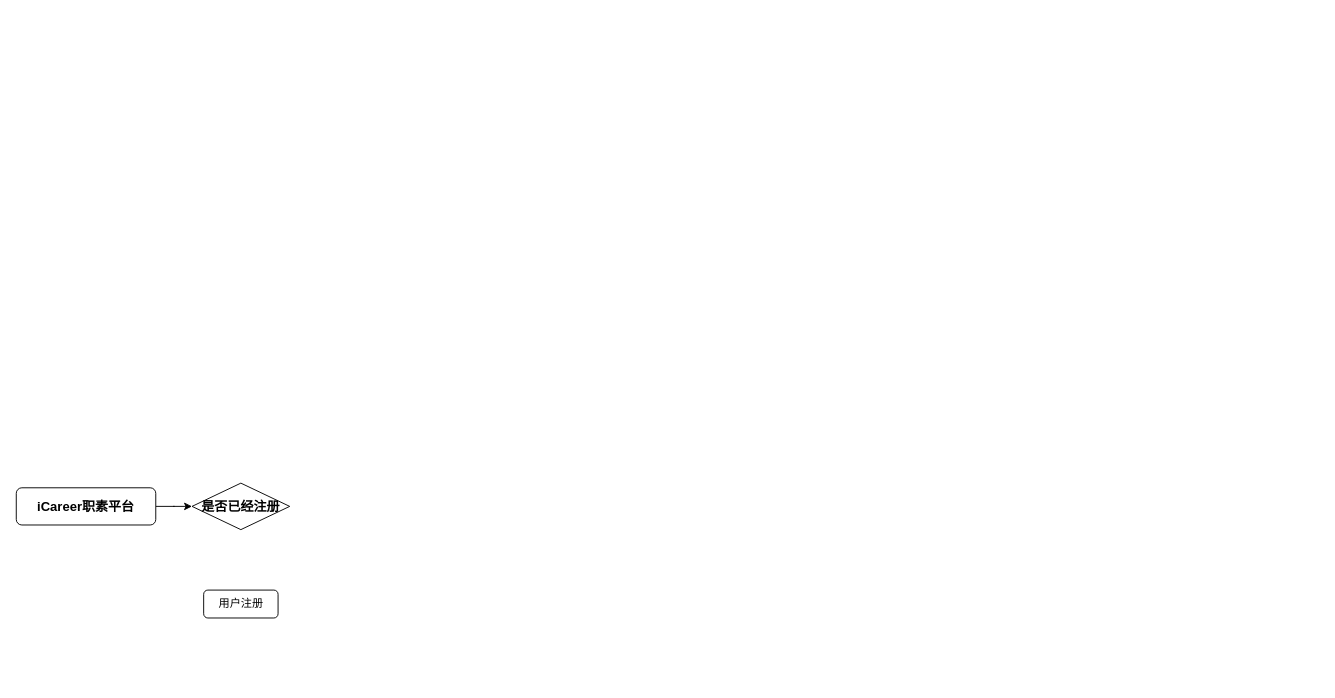
FlowerSea-Lu/iCareer keeps this draw.io diagram as img/用户执行流程图.drawio. Above is the earlier version. Source tidied: cells renumbered, new cells numbered last; positions are measured from the earlier drawing's top-left corner, leaving out a move shared by most shapes. Both pictures are drawn from the tidied source at 93%, with x=0, y=0 at pixel (16, 483).
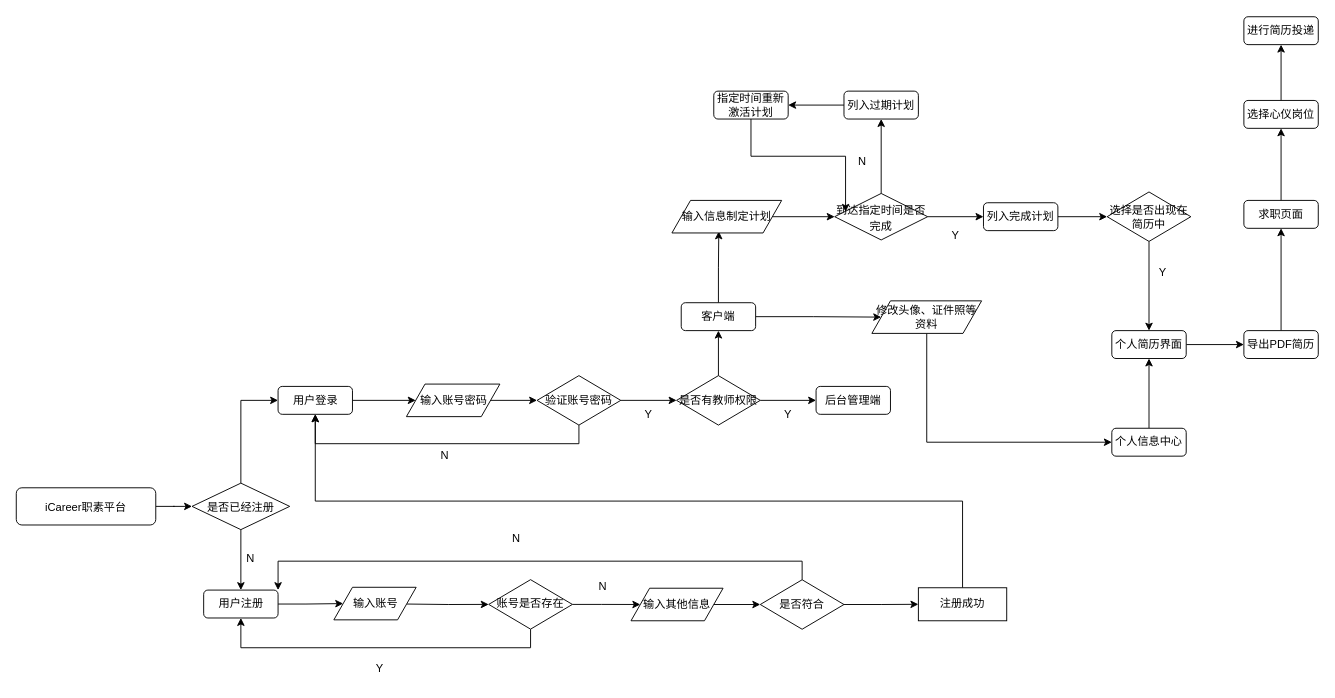
The same page after the edit.

Commit message (it also covers changes not shown here):
更新用户执行流程图.drawio

Unchanged cells that the change refers to:
```xml
<mxCell id="5" value="用户注册" style="rounded=1;whiteSpace=wrap;html=1;" parent="1" vertex="1">
  <mxGeometry x="201.5" y="115" width="80" height="30" as="geometry" />
</mxCell>
```

The edit, as a diff of the source:
```diff
@@
-    <mxCell id="3" value="iCareer职素平台" style="rounded=1;whiteSpace=wrap;html=1;fontStyle=1;fontSize=14;" parent="1" vertex="1">
+    <mxCell id="3" value="&lt;font style=&quot;font-size: 12px; font-weight: normal;&quot;&gt;iCareer职素平台&lt;/font&gt;" style="rounded=1;whiteSpace=wrap;html=1;fontStyle=1;fontSize=14;" parent="1" vertex="1">
       <mxGeometry y="5" width="150" height="40" as="geometry" />
     </mxCell>
+    <mxCell id="6" style="edgeStyle=orthogonalEdgeStyle;rounded=0;jettySize=auto;html=1;exitX=0.5;exitY=1;exitDx=0;exitDy=0;entryX=0.5;entryY=0;entryDx=0;entryDy=0;" parent="1" edge="1" source="4" target="5">
+      <mxGeometry relative="1" as="geometry" />
+    </mxCell>
+    <mxCell id="7" style="edgeStyle=orthogonalEdgeStyle;rounded=0;jettySize=auto;html=1;exitX=0.5;exitY=0;exitDx=0;exitDy=0;entryX=0;entryY=0.5;entryDx=0;entryDy=0;" parent="1" edge="1" source="4" target="26">
+      <mxGeometry relative="1" as="geometry" />
+    </mxCell>
-    <mxCell id="4" value="是否已经注册" style="rhombus;whiteSpace=wrap;html=1;fontSize=14;rounded=0;fontStyle=1;" parent="1" vertex="1">
+    <mxCell id="4" value="&lt;font style=&quot;font-size: 12px; font-weight: normal;&quot;&gt;是否已经注册&lt;/font&gt;" style="rhombus;whiteSpace=wrap;html=1;fontSize=14;rounded=0;fontStyle=1;" parent="1" vertex="1">
       <mxGeometry x="189" width="105" height="50" as="geometry" />
     </mxCell>
+    <mxCell id="8" style="edgeStyle=orthogonalEdgeStyle;rounded=0;jettySize=auto;html=1;" parent="1" edge="1" source="5" target="12">
+      <mxGeometry relative="1" as="geometry" />
+    </mxCell>
@@
+    <mxCell id="9" value="N" style="text;html=1;strokeColor=none;fillColor=none;align=center;verticalAlign=middle;whiteSpace=wrap;rounded=0;" parent="1" vertex="1">
+      <mxGeometry x="222" y="66" width="60" height="30" as="geometry" />
+    </mxCell>
+    <mxCell id="10" value="Y" style="text;html=1;strokeColor=none;fillColor=none;align=center;verticalAlign=middle;whiteSpace=wrap;rounded=0;" parent="1" vertex="1">
+      <mxGeometry x="360.5" y="185" width="60" height="30" as="geometry" />
+    </mxCell>
+    <mxCell id="11" style="edgeStyle=orthogonalEdgeStyle;rounded=0;jettySize=auto;html=1;" parent="1" edge="1" target="15">
+      <mxGeometry relative="1" as="geometry">
+        <mxPoint x="420" y="130" as="sourcePoint" />
+      </mxGeometry>
+    </mxCell>
+    <mxCell id="12" value="输入账号" style="shape=parallelogram;perimeter=parallelogramPerimeter;whiteSpace=wrap;html=1;fixedSize=1;rounded=0;" parent="1" vertex="1">
+      <mxGeometry x="341.5" y="112" width="88.5" height="35" as="geometry" />
+    </mxCell>
+    <mxCell id="13" style="edgeStyle=orthogonalEdgeStyle;rounded=0;jettySize=auto;html=1;exitX=0.5;exitY=1;exitDx=0;exitDy=0;entryX=0.5;entryY=1;entryDx=0;entryDy=0;" parent="1" edge="1" source="15" target="5">
+      <mxGeometry relative="1" as="geometry" />
+    </mxCell>
+    <mxCell id="14" style="edgeStyle=orthogonalEdgeStyle;rounded=0;jettySize=auto;html=1;exitX=1;exitY=0.5;exitDx=0;exitDy=0;entryX=0;entryY=0.5;entryDx=0;entryDy=0;" parent="1" edge="1" source="15" target="17">
+      <mxGeometry relative="1" as="geometry" />
+    </mxCell>
+    <mxCell id="15" value="账号是否存在" style="rhombus;whiteSpace=wrap;html=1;rounded=0;" parent="1" vertex="1">
+      <mxGeometry x="508" y="103.8" width="90" height="53.2" as="geometry" />
+    </mxCell>
+    <mxCell id="16" style="edgeStyle=orthogonalEdgeStyle;rounded=0;jettySize=auto;html=1;exitX=1;exitY=0.5;exitDx=0;exitDy=0;entryX=0;entryY=0.5;entryDx=0;entryDy=0;" parent="1" edge="1" source="17" target="20">
+      <mxGeometry relative="1" as="geometry" />
+    </mxCell>
+    <mxCell id="17" value="输入其他信息" style="shape=parallelogram;perimeter=parallelogramPerimeter;whiteSpace=wrap;html=1;fixedSize=1;rounded=0;" parent="1" vertex="1">
+      <mxGeometry x="661" y="113" width="99" height="35" as="geometry" />
+    </mxCell>
+    <mxCell id="18" style="edgeStyle=orthogonalEdgeStyle;rounded=0;jettySize=auto;html=1;exitX=0.5;exitY=0;exitDx=0;exitDy=0;entryX=1;entryY=0;entryDx=0;entryDy=0;" parent="1" edge="1" source="20" target="5">
+      <mxGeometry relative="1" as="geometry" />
+    </mxCell>
+    <mxCell id="19" style="edgeStyle=orthogonalEdgeStyle;rounded=0;jettySize=auto;html=1;" parent="1" edge="1" source="20" target="24">
+      <mxGeometry relative="1" as="geometry" />
+    </mxCell>
+    <mxCell id="20" value="是否符合" style="rhombus;whiteSpace=wrap;html=1;rounded=0;" parent="1" vertex="1">
+      <mxGeometry x="800" y="103.9" width="90" height="53.2" as="geometry" />
+    </mxCell>
+    <mxCell id="21" value="N" style="text;html=1;strokeColor=none;fillColor=none;align=center;verticalAlign=middle;whiteSpace=wrap;rounded=0;" parent="1" vertex="1">
+      <mxGeometry x="508" y="45" width="60" height="30" as="geometry" />
+    </mxCell>
+    <mxCell id="22" value="N" style="text;html=1;strokeColor=none;fillColor=none;align=center;verticalAlign=middle;whiteSpace=wrap;rounded=0;" parent="1" vertex="1">
+      <mxGeometry x="601" y="96" width="60" height="30" as="geometry" />
+    </mxCell>
+    <mxCell id="23" style="edgeStyle=orthogonalEdgeStyle;rounded=0;jettySize=auto;html=1;exitX=0.5;exitY=0;exitDx=0;exitDy=0;entryX=0.5;entryY=1;entryDx=0;entryDy=0;" parent="1" edge="1" source="24" target="26">
+      <mxGeometry relative="1" as="geometry" />
+    </mxCell>
+    <mxCell id="24" value="注册成功" style="whiteSpace=wrap;html=1;rounded=0;" parent="1" vertex="1">
+      <mxGeometry x="970" y="112.5" width="95" height="35.5" as="geometry" />
+    </mxCell>
+    <mxCell id="25" style="edgeStyle=orthogonalEdgeStyle;rounded=0;jettySize=auto;html=1;exitX=1;exitY=0.5;exitDx=0;exitDy=0;entryX=0;entryY=0.5;entryDx=0;entryDy=0;" parent="1" edge="1" source="26" target="28">
+      <mxGeometry relative="1" as="geometry" />
+    </mxCell>
+    <mxCell id="26" value="用户登录" style="rounded=1;whiteSpace=wrap;html=1;" parent="1" vertex="1">
+      <mxGeometry x="281.5" y="-104" width="80" height="30" as="geometry" />
+    </mxCell>
+    <mxCell id="27" style="edgeStyle=orthogonalEdgeStyle;rounded=0;jettySize=auto;html=1;exitX=1;exitY=0.5;exitDx=0;exitDy=0;entryX=0;entryY=0.5;entryDx=0;entryDy=0;" parent="1" edge="1" source="28" target="31">
+      <mxGeometry relative="1" as="geometry" />
+    </mxCell>
+    <mxCell id="28" value="输入账号密码" style="shape=parallelogram;perimeter=parallelogramPerimeter;whiteSpace=wrap;html=1;fixedSize=1;rounded=0;" parent="1" vertex="1">
+      <mxGeometry x="419.5" y="-106.5" width="100.5" height="35" as="geometry" />
+    </mxCell>
+    <mxCell id="29" style="edgeStyle=orthogonalEdgeStyle;rounded=0;jettySize=auto;html=1;exitX=0.5;exitY=1;exitDx=0;exitDy=0;entryX=0.5;entryY=1;entryDx=0;entryDy=0;" parent="1" edge="1" source="31" target="26">
+      <mxGeometry relative="1" as="geometry" />
+    </mxCell>
+    <mxCell id="30" style="edgeStyle=orthogonalEdgeStyle;rounded=0;jettySize=auto;html=1;exitX=1;exitY=0.5;exitDx=0;exitDy=0;entryX=0;entryY=0.5;entryDx=0;entryDy=0;" parent="1" edge="1" source="31" target="35">
+      <mxGeometry relative="1" as="geometry" />
+    </mxCell>
+    <mxCell id="31" value="验证账号密码" style="rhombus;whiteSpace=wrap;html=1;rounded=0;" parent="1" vertex="1">
+      <mxGeometry x="560" y="-115.6" width="90" height="53.2" as="geometry" />
+    </mxCell>
+    <mxCell id="32" value="N" style="text;html=1;strokeColor=none;fillColor=none;align=center;verticalAlign=middle;whiteSpace=wrap;rounded=0;" parent="1" vertex="1">
+      <mxGeometry x="431" y="-44" width="60" height="30" as="geometry" />
+    </mxCell>
+    <mxCell id="33" style="edgeStyle=orthogonalEdgeStyle;rounded=0;jettySize=auto;html=1;exitX=1;exitY=0.5;exitDx=0;exitDy=0;" parent="1" edge="1" source="35" target="37">
+      <mxGeometry relative="1" as="geometry" />
+    </mxCell>
+    <mxCell id="34" style="edgeStyle=orthogonalEdgeStyle;rounded=0;jettySize=auto;html=1;exitX=0.5;exitY=0;exitDx=0;exitDy=0;entryX=0.5;entryY=1;entryDx=0;entryDy=0;" parent="1" edge="1" source="35" target="41">
+      <mxGeometry relative="1" as="geometry" />
+    </mxCell>
+    <mxCell id="35" value="是否有教师权限" style="rhombus;whiteSpace=wrap;html=1;rounded=0;" parent="1" vertex="1">
+      <mxGeometry x="710" y="-115.6" width="90" height="53.2" as="geometry" />
+    </mxCell>
+    <mxCell id="36" value="Y" style="text;html=1;strokeColor=none;fillColor=none;align=center;verticalAlign=middle;whiteSpace=wrap;rounded=0;" parent="1" vertex="1">
+      <mxGeometry x="650" y="-89" width="60" height="30" as="geometry" />
+    </mxCell>
+    <mxCell id="37" value="后台管理端" style="rounded=1;whiteSpace=wrap;html=1;" parent="1" vertex="1">
+      <mxGeometry x="860" y="-104" width="80" height="30" as="geometry" />
+    </mxCell>
+    <mxCell id="38" value="Y" style="text;html=1;strokeColor=none;fillColor=none;align=center;verticalAlign=middle;whiteSpace=wrap;rounded=0;" parent="1" vertex="1">
+      <mxGeometry x="800" y="-89" width="60" height="30" as="geometry" />
+    </mxCell>
+    <mxCell id="39" style="edgeStyle=orthogonalEdgeStyle;rounded=0;jettySize=auto;html=1;exitX=0.5;exitY=0;exitDx=0;exitDy=0;entryX=0.427;entryY=0.951;entryDx=0;entryDy=0;entryPerimeter=0;" parent="1" edge="1" source="41" target="43">
+      <mxGeometry relative="1" as="geometry" />
+    </mxCell>
+    <mxCell id="40" style="edgeStyle=orthogonalEdgeStyle;rounded=0;jettySize=auto;html=1;exitX=1;exitY=0.5;exitDx=0;exitDy=0;entryX=0;entryY=0.5;entryDx=0;entryDy=0;" parent="1" edge="1" source="41" target="69">
+      <mxGeometry relative="1" as="geometry" />
+    </mxCell>
+    <mxCell id="41" value="客户端" style="rounded=1;whiteSpace=wrap;html=1;" parent="1" vertex="1">
+      <mxGeometry x="715" y="-194" width="80" height="30" as="geometry" />
+    </mxCell>
+    <mxCell id="42" style="edgeStyle=orthogonalEdgeStyle;rounded=0;jettySize=auto;html=1;exitX=1;exitY=0.5;exitDx=0;exitDy=0;entryX=0;entryY=0.5;entryDx=0;entryDy=0;" parent="1" edge="1" source="43" target="46">
+      <mxGeometry relative="1" as="geometry" />
+    </mxCell>
+    <mxCell id="43" value="输入信息制定计划" style="shape=parallelogram;perimeter=parallelogramPerimeter;whiteSpace=wrap;html=1;fixedSize=1;rounded=0;" parent="1" vertex="1">
+      <mxGeometry x="705" y="-304" width="118" height="35" as="geometry" />
+    </mxCell>
+    <mxCell id="44" style="edgeStyle=orthogonalEdgeStyle;rounded=0;jettySize=auto;html=1;exitX=0.5;exitY=0;exitDx=0;exitDy=0;entryX=0.5;entryY=1;entryDx=0;entryDy=0;" parent="1" edge="1" source="46" target="48">
+      <mxGeometry relative="1" as="geometry" />
+    </mxCell>
+    <mxCell id="45" style="edgeStyle=orthogonalEdgeStyle;rounded=0;jettySize=auto;html=1;exitX=1;exitY=0.5;exitDx=0;exitDy=0;entryX=0;entryY=0.5;entryDx=0;entryDy=0;" parent="1" edge="1" source="46" target="53">
+      <mxGeometry relative="1" as="geometry" />
+    </mxCell>
+    <mxCell id="46" value="&lt;font style=&quot;font-size: 12px; font-weight: normal;&quot;&gt;到达指定时间是否完成&lt;/font&gt;" style="rhombus;whiteSpace=wrap;html=1;fontSize=14;rounded=0;fontStyle=1;" parent="1" vertex="1">
+      <mxGeometry x="880" y="-311.5" width="100" height="50" as="geometry" />
+    </mxCell>
+    <mxCell id="47" style="edgeStyle=orthogonalEdgeStyle;rounded=0;jettySize=auto;html=1;exitX=0;exitY=0.5;exitDx=0;exitDy=0;entryX=1;entryY=0.5;entryDx=0;entryDy=0;" parent="1" edge="1" source="48" target="51">
+      <mxGeometry relative="1" as="geometry" />
+    </mxCell>
+    <mxCell id="48" value="列入过期计划" style="rounded=1;whiteSpace=wrap;html=1;" parent="1" vertex="1">
+      <mxGeometry x="890" y="-421.5" width="80" height="30" as="geometry" />
+    </mxCell>
+    <mxCell id="49" value="N" style="text;html=1;strokeColor=none;fillColor=none;align=center;verticalAlign=middle;whiteSpace=wrap;rounded=0;" parent="1" vertex="1">
+      <mxGeometry x="880" y="-361.5" width="60" height="30" as="geometry" />
+    </mxCell>
+    <mxCell id="50" style="edgeStyle=orthogonalEdgeStyle;rounded=0;jettySize=auto;html=1;exitX=0.5;exitY=1;exitDx=0;exitDy=0;entryX=0.117;entryY=0.395;entryDx=0;entryDy=0;entryPerimeter=0;" parent="1" edge="1" source="51" target="46">
+      <mxGeometry relative="1" as="geometry" />
+    </mxCell>
+    <mxCell id="51" value="指定时间重新激活计划" style="rounded=1;whiteSpace=wrap;html=1;" parent="1" vertex="1">
+      <mxGeometry x="750" y="-421.5" width="80" height="30" as="geometry" />
+    </mxCell>
+    <mxCell id="52" style="edgeStyle=orthogonalEdgeStyle;rounded=0;jettySize=auto;html=1;exitX=1;exitY=0.5;exitDx=0;exitDy=0;entryX=0;entryY=0.5;entryDx=0;entryDy=0;" parent="1" edge="1" source="53" target="55">
+      <mxGeometry relative="1" as="geometry" />
+    </mxCell>
+    <mxCell id="53" value="列入完成计划" style="rounded=1;whiteSpace=wrap;html=1;" parent="1" vertex="1">
+      <mxGeometry x="1040" y="-301.5" width="80" height="30" as="geometry" />
+    </mxCell>
+    <mxCell id="54" style="edgeStyle=orthogonalEdgeStyle;rounded=0;jettySize=auto;html=1;exitX=0.5;exitY=1;exitDx=0;exitDy=0;entryX=0.5;entryY=0;entryDx=0;entryDy=0;" parent="1" edge="1" source="55" target="57">
+      <mxGeometry relative="1" as="geometry" />
+    </mxCell>
+    <mxCell id="55" value="选择是否出现在简历中" style="rhombus;whiteSpace=wrap;html=1;rounded=0;" parent="1" vertex="1">
+      <mxGeometry x="1173" y="-313.1" width="90" height="53.2" as="geometry" />
+    </mxCell>
+    <mxCell id="56" style="edgeStyle=orthogonalEdgeStyle;rounded=0;jettySize=auto;html=1;exitX=1;exitY=0.5;exitDx=0;exitDy=0;entryX=0;entryY=0.5;entryDx=0;entryDy=0;" parent="1" edge="1" source="57" target="61">
+      <mxGeometry relative="1" as="geometry" />
+    </mxCell>
+    <mxCell id="57" value="个人简历界面" style="rounded=1;whiteSpace=wrap;html=1;" parent="1" vertex="1">
+      <mxGeometry x="1178" y="-164" width="80" height="30" as="geometry" />
+    </mxCell>
+    <mxCell id="58" value="Y" style="text;html=1;strokeColor=none;fillColor=none;align=center;verticalAlign=middle;whiteSpace=wrap;rounded=0;" parent="1" vertex="1">
+      <mxGeometry x="1203" y="-241.5" width="60" height="30" as="geometry" />
+    </mxCell>
+    <mxCell id="59" value="Y" style="text;html=1;strokeColor=none;fillColor=none;align=center;verticalAlign=middle;whiteSpace=wrap;rounded=0;" parent="1" vertex="1">
+      <mxGeometry x="980" y="-281.5" width="60" height="30" as="geometry" />
+    </mxCell>
+    <mxCell id="60" style="edgeStyle=orthogonalEdgeStyle;rounded=0;jettySize=auto;html=1;exitX=0.5;exitY=0;exitDx=0;exitDy=0;entryX=0.5;entryY=1;entryDx=0;entryDy=0;" parent="1" edge="1" source="61" target="63">
+      <mxGeometry relative="1" as="geometry" />
+    </mxCell>
+    <mxCell id="61" value="导出PDF简历" style="rounded=1;whiteSpace=wrap;html=1;" parent="1" vertex="1">
+      <mxGeometry x="1320" y="-164" width="80" height="30" as="geometry" />
+    </mxCell>
+    <mxCell id="62" style="edgeStyle=orthogonalEdgeStyle;rounded=0;jettySize=auto;html=1;exitX=0.5;exitY=0;exitDx=0;exitDy=0;entryX=0.5;entryY=1;entryDx=0;entryDy=0;" parent="1" edge="1" source="63" target="65">
+      <mxGeometry relative="1" as="geometry" />
+    </mxCell>
+    <mxCell id="63" value="求职页面" style="rounded=1;whiteSpace=wrap;html=1;" parent="1" vertex="1">
+      <mxGeometry x="1320" y="-304" width="80" height="30" as="geometry" />
+    </mxCell>
+    <mxCell id="64" style="edgeStyle=orthogonalEdgeStyle;rounded=0;jettySize=auto;html=1;exitX=0.5;exitY=0;exitDx=0;exitDy=0;entryX=0.5;entryY=1;entryDx=0;entryDy=0;" parent="1" edge="1" source="65" target="70">
+      <mxGeometry relative="1" as="geometry" />
+    </mxCell>
+    <mxCell id="65" value="选择心仪岗位" style="rounded=1;whiteSpace=wrap;html=1;" parent="1" vertex="1">
+      <mxGeometry x="1320" y="-411.5" width="80" height="30" as="geometry" />
+    </mxCell>
+    <mxCell id="66" style="edgeStyle=orthogonalEdgeStyle;rounded=0;jettySize=auto;html=1;exitX=0.5;exitY=0;exitDx=0;exitDy=0;entryX=0.5;entryY=1;entryDx=0;entryDy=0;" parent="1" edge="1" source="67" target="57">
+      <mxGeometry relative="1" as="geometry" />
+    </mxCell>
+    <mxCell id="67" value="个人信息中心" style="rounded=1;whiteSpace=wrap;html=1;" parent="1" vertex="1">
+      <mxGeometry x="1178" y="-59" width="80" height="30" as="geometry" />
+    </mxCell>
+    <mxCell id="68" style="edgeStyle=orthogonalEdgeStyle;rounded=0;jettySize=auto;html=1;exitX=0.5;exitY=1;exitDx=0;exitDy=0;entryX=0;entryY=0.5;entryDx=0;entryDy=0;" parent="1" edge="1" source="69" target="67">
+      <mxGeometry relative="1" as="geometry" />
+    </mxCell>
+    <mxCell id="69" value="修改头像、证件照等资料" style="shape=parallelogram;perimeter=parallelogramPerimeter;whiteSpace=wrap;html=1;fixedSize=1;rounded=0;" parent="1" vertex="1">
+      <mxGeometry x="920" y="-196" width="118" height="35" as="geometry" />
+    </mxCell>
+    <mxCell id="70" value="进行简历投递" style="rounded=1;whiteSpace=wrap;html=1;" parent="1" vertex="1">
+      <mxGeometry x="1320" y="-501.5" width="80" height="30" as="geometry" />
+    </mxCell>
```
